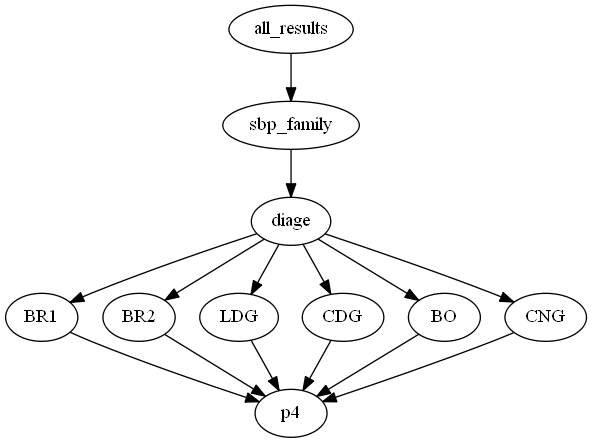
The Graphviz diagram visual/all_results_2d.dot.png in zolargwrk/PySBP, before a commit. Its source is kept beside it as visual/all_results_2d.dot.
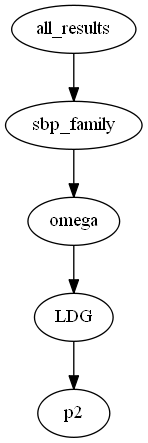
After the change.

Diff of the diagram source:
```diff
@@ -1,31 +1,11 @@
 digraph tree {
     "all_results";
     "sbp_family";
-    "diage";
-    "BR1";
-    "p4";
-    "BR2";
-    "p4";
+    "omega";
     "LDG";
-    "p4";
-    "CDG";
-    "p4";
-    "BO";
-    "p4";
-    "CNG";
-    "p4";
+    "p2";
     "all_results" -> "sbp_family";
-    "sbp_family" -> "diage";
-    "diage" -> "BR1";
-    "diage" -> "BR2";
-    "diage" -> "LDG";
-    "diage" -> "CDG";
-    "diage" -> "BO";
-    "diage" -> "CNG";
-    "BR1" -> "p4";
-    "BR2" -> "p4";
-    "LDG" -> "p4";
-    "CDG" -> "p4";
-    "BO" -> "p4";
-    "CNG" -> "p4";
+    "sbp_family" -> "omega";
+    "omega" -> "LDG";
+    "LDG" -> "p2";
 }
```
